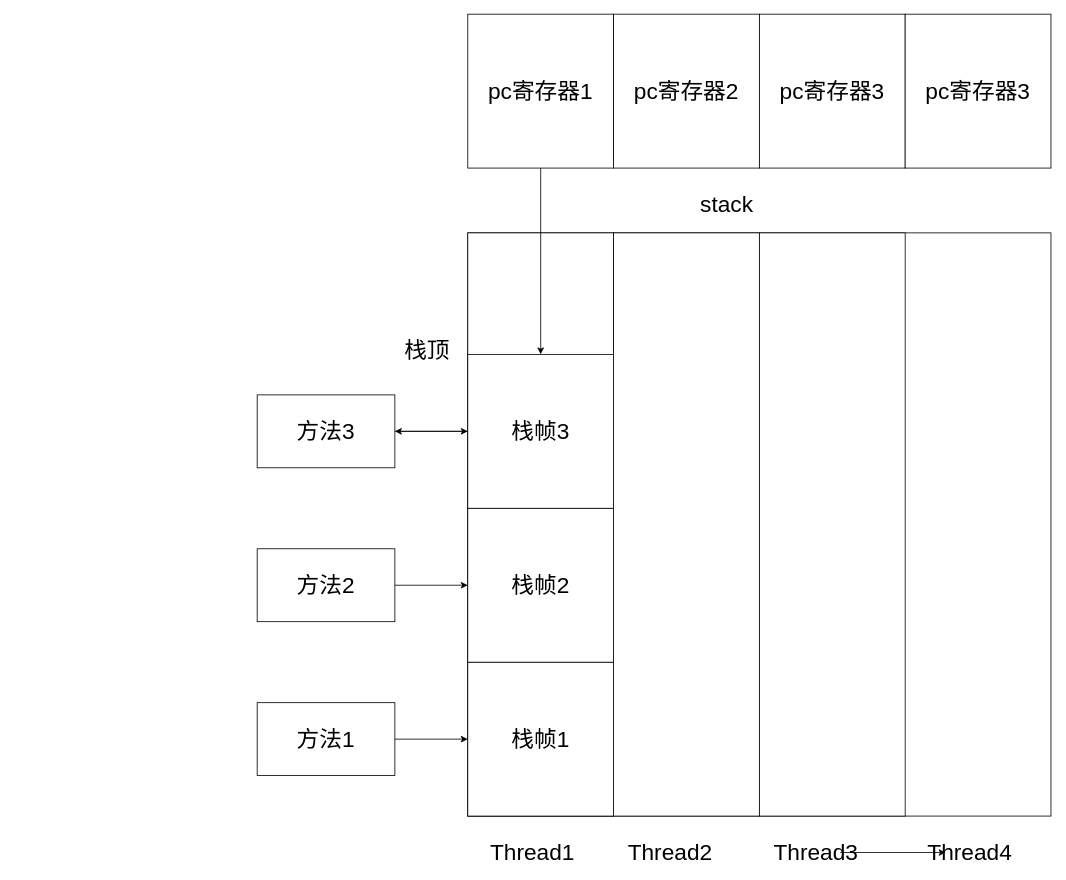
This is com/stephen/jvm/learn/stack.drawio from ruoshuisq/jvm, a draw.io file, before an edit. Source tidied: cells renumbered, new cells numbered last; positions are measured from the earlier drawing's top-left corner, leaving out a move shared by most shapes. Both pictures are drawn from the tidied source at 81%, with x=0, y=0 at pixel (257, 14).
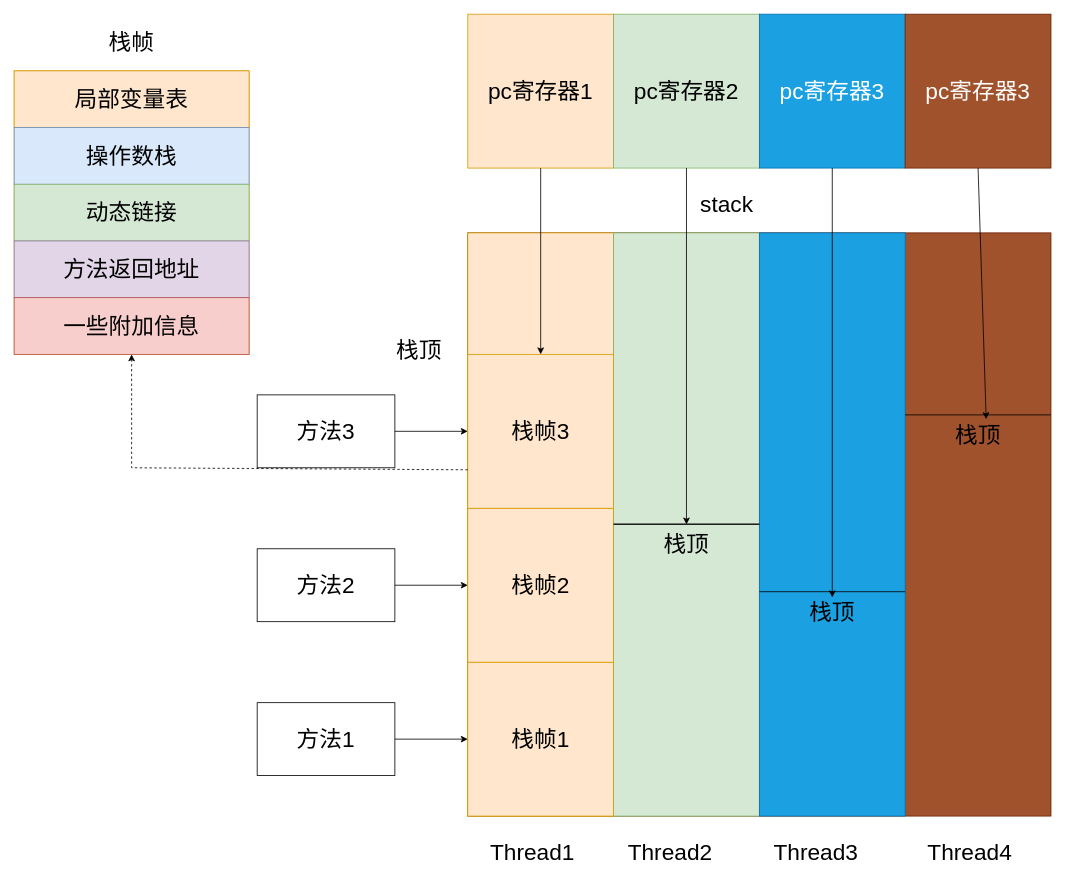
The same page after the edit.

Unchanged cells that the change refers to:
```xml
<mxCell id="13" value="方法3" style="rounded=0;whiteSpace=wrap;html=1;fontSize=28;" parent="1" vertex="1">
  <mxGeometry y="470" width="170" height="90" as="geometry" />
</mxCell>
<mxCell id="24" value="Thread3" style="text;html=1;strokeColor=none;fillColor=none;align=center;verticalAlign=middle;whiteSpace=wrap;rounded=0;fontSize=28;" parent="1" vertex="1">
  <mxGeometry x="660" y="1020" width="60" height="30" as="geometry" />
</mxCell>
<mxCell id="25" value="Thread4" style="text;html=1;strokeColor=none;fillColor=none;align=center;verticalAlign=middle;whiteSpace=wrap;rounded=0;fontSize=28;" parent="1" vertex="1">
  <mxGeometry x="850" y="1020" width="60" height="30" as="geometry" />
</mxCell>
```

Change to the diagram source:
```diff
@@
-    <mxCell id="2" style="whiteSpace=wrap;html=1;" parent="1" vertex="1">
+    <mxCell id="2" style="whiteSpace=wrap;html=1;fillColor=#a0522d;fontColor=#ffffff;strokeColor=#6D1F00;" parent="1" vertex="1">
       <mxGeometry x="260" y="270" width="720" height="720" as="geometry" />
     </mxCell>
@@
-    <mxCell id="4" style="rounded=0;whiteSpace=wrap;html=1;fontSize=28;" parent="1" vertex="1">
+    <mxCell id="4" style="rounded=0;whiteSpace=wrap;html=1;fontSize=28;fillColor=#ffe6cc;strokeColor=#d79b00;" parent="1" vertex="1">
       <mxGeometry x="260" y="270" width="180" height="720" as="geometry" />
     </mxCell>
-    <mxCell id="5" style="rounded=0;whiteSpace=wrap;html=1;fontSize=28;" parent="1" vertex="1">
+    <mxCell id="5" style="rounded=0;whiteSpace=wrap;html=1;fontSize=28;fillColor=#d5e8d4;strokeColor=#82b366;" parent="1" vertex="1">
       <mxGeometry x="440" y="270" width="180" height="720" as="geometry" />
     </mxCell>
-    <mxCell id="6" style="rounded=0;whiteSpace=wrap;html=1;fontSize=28;" parent="1" vertex="1">
+    <mxCell id="6" style="rounded=0;whiteSpace=wrap;html=1;fontSize=28;fillColor=#1ba1e2;fontColor=#ffffff;strokeColor=#006EAF;" parent="1" vertex="1">
       <mxGeometry x="620" y="270" width="180" height="720" as="geometry" />
     </mxCell>
-    <mxCell id="7" value="栈帧1" style="rounded=0;whiteSpace=wrap;html=1;fontSize=28;" parent="1" vertex="1">
+    <mxCell id="7" value="栈帧1" style="rounded=0;whiteSpace=wrap;html=1;fontSize=28;fillColor=#ffe6cc;strokeColor=#d79b00;" parent="1" vertex="1">
       <mxGeometry x="260" y="800" width="180" height="190" as="geometry" />
     </mxCell>
-    <mxCell id="8" value="栈帧2" style="rounded=0;whiteSpace=wrap;html=1;fontSize=28;" parent="1" vertex="1">
+    <mxCell id="8" value="栈帧2" style="rounded=0;whiteSpace=wrap;html=1;fontSize=28;fillColor=#ffe6cc;strokeColor=#d79b00;" parent="1" vertex="1">
       <mxGeometry x="260" y="610" width="180" height="190" as="geometry" />
     </mxCell>
-    <mxCell id="9" style="edgeStyle=orthogonalEdgeStyle;rounded=0;jettySize=auto;html=1;fontSize=28;" parent="1" edge="1" source="10" target="13">
-      <mxGeometry relative="1" as="geometry" />
-    </mxCell>
-    <mxCell id="10" value="栈帧3" style="rounded=0;whiteSpace=wrap;html=1;fontSize=28;" parent="1" vertex="1">
+    <mxCell id="10" value="栈帧3" style="rounded=0;whiteSpace=wrap;html=1;fontSize=28;fillColor=#ffe6cc;strokeColor=#d79b00;" parent="1" vertex="1">
       <mxGeometry x="260" y="420" width="180" height="190" as="geometry" />
     </mxCell>
@@
-    <mxCell id="16" style="endArrow=classic;html=1;rounded=0;fontSize=28;entryX=0;entryY=0.5;entryDx=0;entryDy=0;exitX=1;exitY=0.5;exitDx=0;exitDy=0;" parent="1" edge="1" source="13" target="10">
-      <mxGeometry relative="1" as="geometry" />
-    </mxCell>
-    <mxCell id="17" value="pc寄存器1" style="rounded=0;whiteSpace=wrap;html=1;fontSize=28;" parent="1" vertex="1">
+    <mxCell id="17" value="pc寄存器1" style="rounded=0;whiteSpace=wrap;html=1;fontSize=28;fillColor=#ffe6cc;strokeColor=#d79b00;" parent="1" vertex="1">
       <mxGeometry x="260" width="180" height="190" as="geometry" />
     </mxCell>
-    <mxCell id="18" value="pc寄存器2" style="rounded=0;whiteSpace=wrap;html=1;fontSize=28;" parent="1" vertex="1">
+    <mxCell id="18" value="pc寄存器2" style="rounded=0;whiteSpace=wrap;html=1;fontSize=28;fillColor=#d5e8d4;strokeColor=#82b366;" parent="1" vertex="1">
       <mxGeometry x="440" width="180" height="190" as="geometry" />
     </mxCell>
-    <mxCell id="19" value="pc寄存器3" style="rounded=0;whiteSpace=wrap;html=1;fontSize=28;" parent="1" vertex="1">
+    <mxCell id="19" value="pc寄存器3" style="rounded=0;whiteSpace=wrap;html=1;fontSize=28;fillColor=#1ba1e2;fontColor=#ffffff;strokeColor=#006EAF;" parent="1" vertex="1">
       <mxGeometry x="620" width="180" height="190" as="geometry" />
     </mxCell>
-    <mxCell id="20" value="pc寄存器3" style="rounded=0;whiteSpace=wrap;html=1;fontSize=28;" parent="1" vertex="1">
+    <mxCell id="20" value="pc寄存器3" style="rounded=0;whiteSpace=wrap;html=1;fontSize=28;fillColor=#a0522d;fontColor=#ffffff;strokeColor=#6D1F00;" parent="1" vertex="1">
       <mxGeometry x="800" width="180" height="190" as="geometry" />
     </mxCell>
@@
-    <mxCell id="23" style="edgeStyle=orthogonalEdgeStyle;rounded=0;jettySize=auto;html=1;exitX=1;exitY=0.5;exitDx=0;exitDy=0;fontSize=28;" parent="1" edge="1" source="24" target="25">
-      <mxGeometry relative="1" as="geometry" />
-    </mxCell>
@@
     <mxCell id="27" value="栈顶" style="text;html=1;strokeColor=none;fillColor=none;align=center;verticalAlign=middle;whiteSpace=wrap;rounded=0;fontSize=28;" parent="1" vertex="1">
-      <mxGeometry x="180" y="400" width="60" height="30" as="geometry" />
+      <mxGeometry x="170" y="400" width="60" height="30" as="geometry" />
     </mxCell>
+    <mxCell id="16" style="endArrow=classic;html=1;rounded=0;fontSize=28;entryX=0;entryY=0.5;entryDx=0;entryDy=0;exitX=1;exitY=0.5;exitDx=0;exitDy=0;" parent="1" edge="1" source="13" target="10">
+      <mxGeometry relative="1" as="geometry" />
+    </mxCell>
+    <mxCell id="28" value="栈顶" style="text;html=1;strokeColor=none;fillColor=none;align=center;verticalAlign=middle;whiteSpace=wrap;rounded=0;fontSize=28;" parent="1" vertex="1">
+      <mxGeometry x="500" y="640" width="60" height="30" as="geometry" />
+    </mxCell>
+    <mxCell id="29" style="endArrow=none;html=1;rounded=0;fontSize=28;entryX=1;entryY=0.5;entryDx=0;entryDy=0;exitX=0;exitY=0.5;exitDx=0;exitDy=0;" parent="1" edge="1" source="5" target="5">
+      <mxGeometry relative="1" as="geometry" />
+    </mxCell>
+    <mxCell id="30" style="endArrow=none;html=1;rounded=0;fontSize=28;entryX=1;entryY=0.5;entryDx=0;entryDy=0;exitX=0;exitY=0.5;exitDx=0;exitDy=0;" parent="1" edge="1">
+      <mxGeometry relative="1" as="geometry">
+        <mxPoint x="440" y="629.3" as="sourcePoint" />
+        <mxPoint x="620" y="629.3" as="targetPoint" />
+      </mxGeometry>
+    </mxCell>
+    <mxCell id="31" style="endArrow=none;html=1;rounded=0;fontSize=28;entryX=1;entryY=0.5;entryDx=0;entryDy=0;exitX=0;exitY=0.5;exitDx=0;exitDy=0;" parent="1" edge="1">
+      <mxGeometry relative="1" as="geometry">
+        <mxPoint x="620" y="713" as="sourcePoint" />
+        <mxPoint x="800" y="713" as="targetPoint" />
+      </mxGeometry>
+    </mxCell>
+    <mxCell id="32" value="栈顶" style="text;html=1;strokeColor=none;fillColor=none;align=center;verticalAlign=middle;whiteSpace=wrap;rounded=0;fontSize=28;" parent="1" vertex="1">
+      <mxGeometry x="680" y="723.7" width="60" height="30" as="geometry" />
+    </mxCell>
+    <mxCell id="33" style="endArrow=none;html=1;rounded=0;fontSize=28;entryX=1;entryY=0.5;entryDx=0;entryDy=0;exitX=0;exitY=0.5;exitDx=0;exitDy=0;" parent="1" edge="1">
+      <mxGeometry relative="1" as="geometry">
+        <mxPoint x="800" y="494.7" as="sourcePoint" />
+        <mxPoint x="980" y="494.7" as="targetPoint" />
+      </mxGeometry>
+    </mxCell>
+    <mxCell id="34" value="栈顶" style="text;html=1;strokeColor=none;fillColor=none;align=center;verticalAlign=middle;whiteSpace=wrap;rounded=0;fontSize=28;" parent="1" vertex="1">
+      <mxGeometry x="860" y="505.3" width="60" height="30" as="geometry" />
+    </mxCell>
+    <mxCell id="35" style="endArrow=classic;html=1;rounded=0;fontSize=28;exitX=0.5;exitY=1;exitDx=0;exitDy=0;" parent="1" edge="1" source="18">
+      <mxGeometry relative="1" as="geometry">
+        <mxPoint x="530" y="630" as="targetPoint" />
+      </mxGeometry>
+    </mxCell>
+    <mxCell id="36" style="endArrow=classic;html=1;rounded=0;fontSize=28;" parent="1" edge="1" source="19">
+      <mxGeometry relative="1" as="geometry">
+        <mxPoint x="710" y="720" as="targetPoint" />
+      </mxGeometry>
+    </mxCell>
+    <mxCell id="37" style="endArrow=classic;html=1;rounded=0;fontSize=28;exitX=0.5;exitY=1;exitDx=0;exitDy=0;" parent="1" edge="1" source="20">
+      <mxGeometry relative="1" as="geometry">
+        <mxPoint x="900" y="500" as="targetPoint" />
+      </mxGeometry>
+    </mxCell>
+    <mxCell id="38" style="rounded=0;whiteSpace=wrap;html=1;fontSize=28;fillColor=#ffe6cc;strokeColor=#d79b00;" parent="1" vertex="1">
+      <mxGeometry x="-300" y="70" width="290" height="350" as="geometry" />
+    </mxCell>
+    <mxCell id="39" value="局部变量表" style="rounded=0;whiteSpace=wrap;html=1;fontSize=28;fillColor=#ffe6cc;strokeColor=#d79b00;" parent="1" vertex="1">
+      <mxGeometry x="-300" y="70" width="290" height="70" as="geometry" />
+    </mxCell>
+    <mxCell id="40" value="操作数栈" style="rounded=0;whiteSpace=wrap;html=1;fontSize=28;fillColor=#dae8fc;strokeColor=#6c8ebf;" parent="1" vertex="1">
+      <mxGeometry x="-300" y="140" width="290" height="70" as="geometry" />
+    </mxCell>
+    <mxCell id="41" value="动态链接" style="rounded=0;whiteSpace=wrap;html=1;fontSize=28;fillColor=#d5e8d4;strokeColor=#82b366;" parent="1" vertex="1">
+      <mxGeometry x="-300" y="210" width="290" height="70" as="geometry" />
+    </mxCell>
+    <mxCell id="42" value="方法返回地址" style="rounded=0;whiteSpace=wrap;html=1;fontSize=28;fillColor=#e1d5e7;strokeColor=#9673a6;" parent="1" vertex="1">
+      <mxGeometry x="-300" y="280" width="290" height="70" as="geometry" />
+    </mxCell>
+    <mxCell id="43" value="一些附加信息" style="rounded=0;whiteSpace=wrap;html=1;fontSize=28;fillColor=#f8cecc;strokeColor=#b85450;" parent="1" vertex="1">
+      <mxGeometry x="-300" y="350" width="290" height="70" as="geometry" />
+    </mxCell>
+    <mxCell id="44" value="栈帧" style="text;html=1;strokeColor=none;fillColor=none;align=center;verticalAlign=middle;whiteSpace=wrap;rounded=0;fontSize=28;" parent="1" vertex="1">
+      <mxGeometry x="-185" y="20" width="60" height="30" as="geometry" />
+    </mxCell>
+    <mxCell id="45" style="endArrow=classic;html=1;rounded=0;fontSize=28;exitX=0;exitY=0.75;exitDx=0;exitDy=0;entryX=0.5;entryY=1;entryDx=0;entryDy=0;dashed=1;" parent="1" edge="1" source="10" target="43">
+      <mxGeometry relative="1" as="geometry">
+        <Array as="points">
+          <mxPoint x="-155" y="560" />
+        </Array>
+      </mxGeometry>
+    </mxCell>
```
